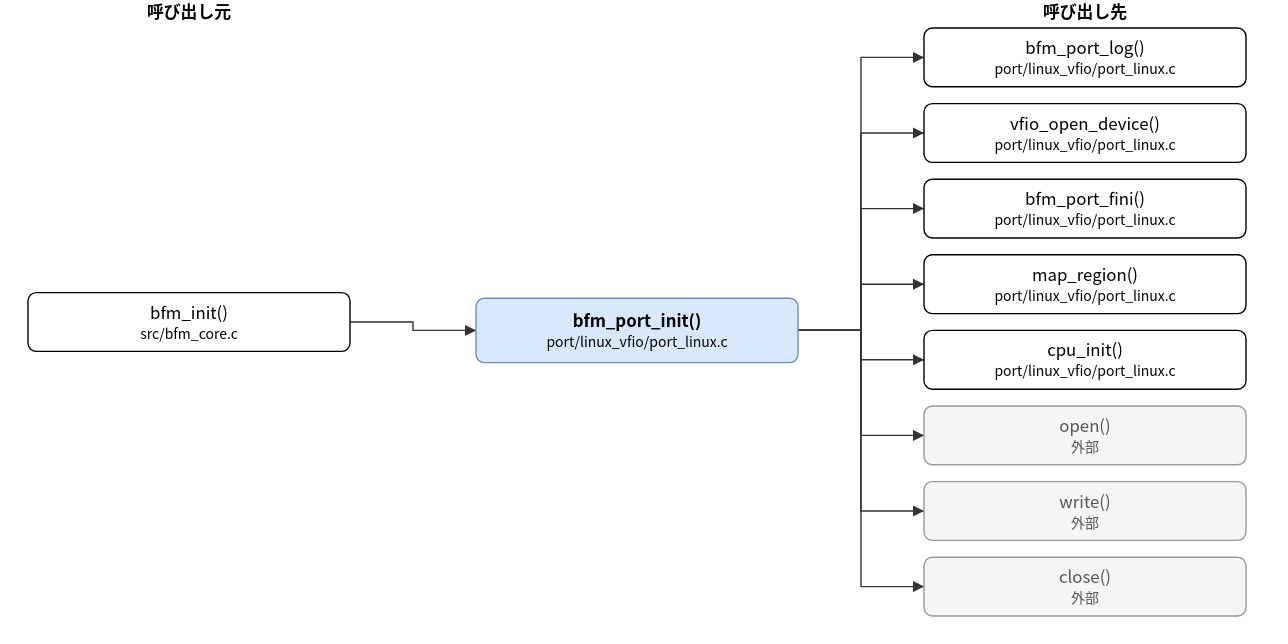
Earlier version of the draw.io export doc/spec/images/call_port_linux_vfio_port_linux-bfm_port_init.drawio.svg (hf355051012-ai/bfmem). Source tidied: cells renumbered, new cells last; positions are measured from the earlier drawing's top-left corner, leaving out a move shared by most shapes.
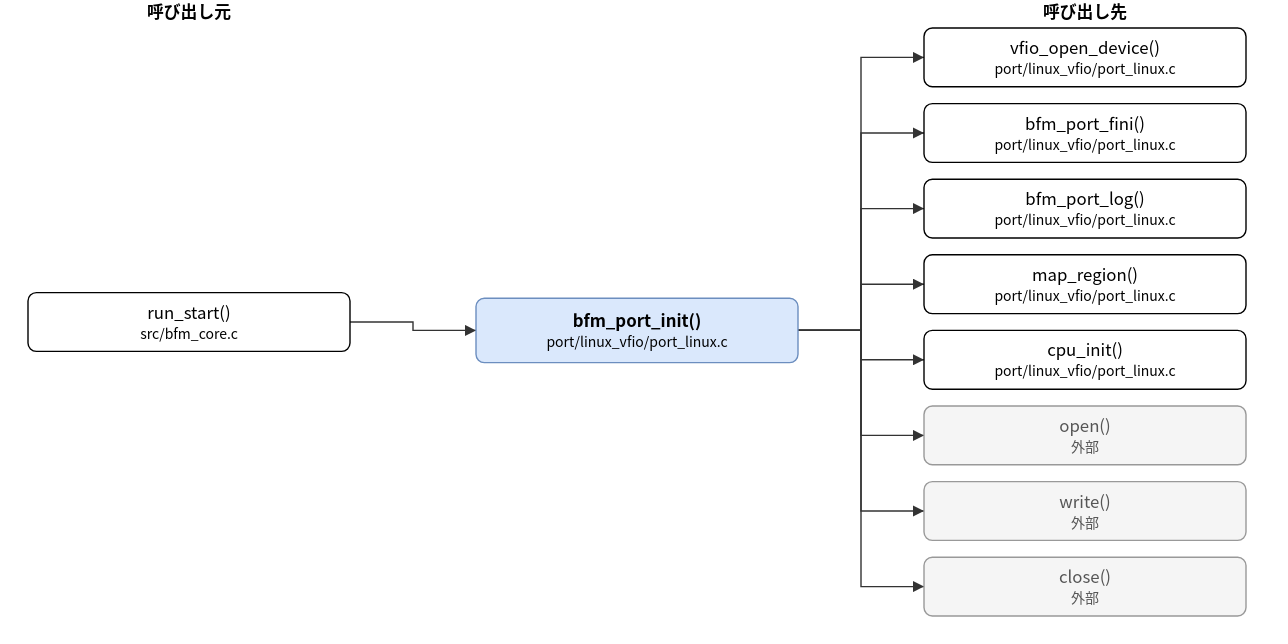
Above is the later version.

What changed in the source:
```diff
@@ -5,16 +5,16 @@
     <mxCell id="2" value="bfm_port_init()&lt;br&gt;&lt;font style=&quot;font-size:10px&quot;&gt;port/linux_vfio/port_linux.c&lt;/font&gt;" style="rounded=1;whiteSpace=wrap;html=1;fillColor=#dae8fc;strokeColor=#6c8ebf;fontStyle=1;" parent="1" vertex="1">
       <mxGeometry x="320" y="213" width="230" height="46" as="geometry" />
     </mxCell>
-    <mxCell id="3" value="bfm_init()&lt;br&gt;&lt;font style=&quot;font-size:10px&quot;&gt;src/bfm_core.c&lt;/font&gt;" style="rounded=1;whiteSpace=wrap;html=1;" parent="1" vertex="1">
+    <mxCell id="3" value="run_start()&lt;br&gt;&lt;font style=&quot;font-size:10px&quot;&gt;src/bfm_core.c&lt;/font&gt;" style="rounded=1;whiteSpace=wrap;html=1;" parent="1" vertex="1">
       <mxGeometry y="209" width="230" height="42" as="geometry" />
     </mxCell>
-    <mxCell id="4" value="bfm_port_log()&lt;br&gt;&lt;font style=&quot;font-size:10px&quot;&gt;port/linux_vfio/port_linux.c&lt;/font&gt;" style="rounded=1;whiteSpace=wrap;html=1;" parent="1" vertex="1">
+    <mxCell id="4" value="vfio_open_device()&lt;br&gt;&lt;font style=&quot;font-size:10px&quot;&gt;port/linux_vfio/port_linux.c&lt;/font&gt;" style="rounded=1;whiteSpace=wrap;html=1;" parent="1" vertex="1">
       <mxGeometry x="640" y="20" width="230" height="42" as="geometry" />
     </mxCell>
-    <mxCell id="5" value="vfio_open_device()&lt;br&gt;&lt;font style=&quot;font-size:10px&quot;&gt;port/linux_vfio/port_linux.c&lt;/font&gt;" style="rounded=1;whiteSpace=wrap;html=1;" parent="1" vertex="1">
+    <mxCell id="5" value="bfm_port_fini()&lt;br&gt;&lt;font style=&quot;font-size:10px&quot;&gt;port/linux_vfio/port_linux.c&lt;/font&gt;" style="rounded=1;whiteSpace=wrap;html=1;" parent="1" vertex="1">
       <mxGeometry x="640" y="74" width="230" height="42" as="geometry" />
     </mxCell>
-    <mxCell id="6" value="bfm_port_fini()&lt;br&gt;&lt;font style=&quot;font-size:10px&quot;&gt;port/linux_vfio/port_linux.c&lt;/font&gt;" style="rounded=1;whiteSpace=wrap;html=1;" parent="1" vertex="1">
+    <mxCell id="6" value="bfm_port_log()&lt;br&gt;&lt;font style=&quot;font-size:10px&quot;&gt;port/linux_vfio/port_linux.c&lt;/font&gt;" style="rounded=1;whiteSpace=wrap;html=1;" parent="1" vertex="1">
       <mxGeometry x="640" y="128" width="230" height="42" as="geometry" />
     </mxCell>
     <mxCell id="7" value="map_region()&lt;br&gt;&lt;font style=&quot;font-size:10px&quot;&gt;port/linux_vfio/port_linux.c&lt;/font&gt;" style="rounded=1;whiteSpace=wrap;html=1;" parent="1" vertex="1">
```
